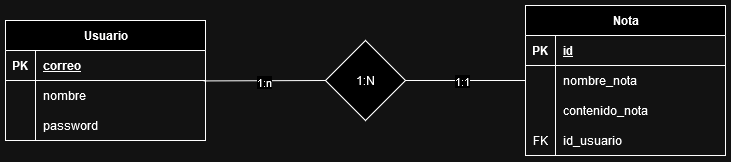
Before: BBDD_PDANotes.png, a diagram exported from draw.io (javiLeL/PDA-Notes). Source tidied: cells renumbered, new cells last; positions are measured from the earlier drawing's top-left corner, leaving out a move shared by most shapes.
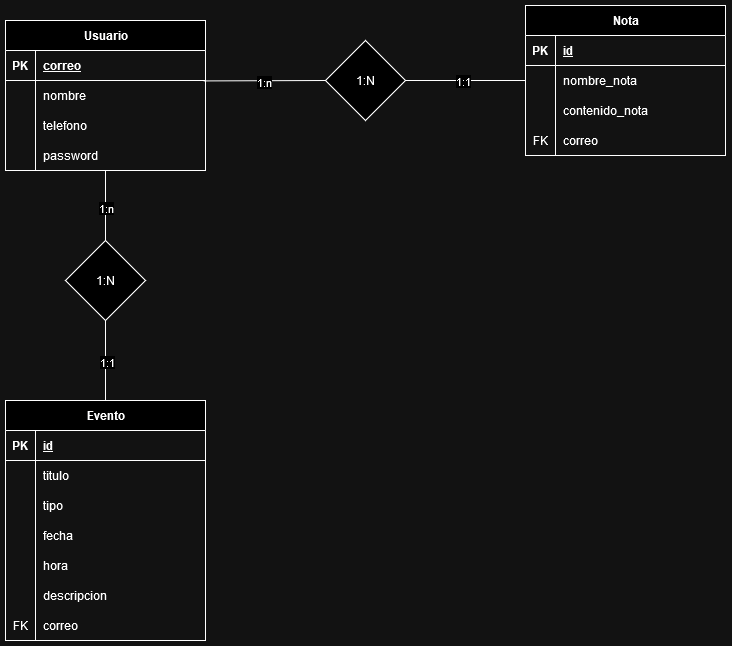
Later version of the same file.

Commit message:
actualizando la app y foto de la base de datos

The edit, as a diff of the source:
```diff
@@ -3,7 +3,7 @@
     <mxCell id="0" />
     <mxCell id="1" parent="0" />
     <mxCell id="2" value="Usuario" style="shape=table;startSize=30;rowLines=0;fontStyle=1;align=center;html=1;" parent="1" vertex="1">
-      <mxGeometry y="15" width="200" height="120" as="geometry" />
+      <mxGeometry y="15" width="200" height="150" as="geometry" />
     </mxCell>
     <mxCell id="3" style="shape=tableRow;horizontal=0;startSize=0;swimlaneHead=0;swimlaneBody=0;fillColor=none;top=0;left=0;right=0;bottom=1;" parent="2" vertex="1">
       <mxGeometry y="30" width="200" height="30" as="geometry" />
@@ -23,8 +23,17 @@
     <mxCell id="8" value="&lt;div&gt;nombre&lt;/div&gt;" style="shape=partialRectangle;fillColor=none;top=0;left=0;bottom=0;right=0;align=left;spacingLeft=6;overflow=hidden;whiteSpace=wrap;html=1;" parent="6" vertex="1">
       <mxGeometry x="30" width="170" height="30" as="geometry" />
     </mxCell>
+    <mxCell id="30" style="shape=tableRow;horizontal=0;startSize=0;swimlaneHead=0;swimlaneBody=0;fillColor=none;top=0;left=0;right=0;bottom=0;" parent="2" vertex="1">
+      <mxGeometry y="90" width="200" height="30" as="geometry" />
+    </mxCell>
+    <mxCell id="31" style="shape=partialRectangle;fillColor=none;top=0;left=0;bottom=0;right=0;overflow=hidden;" parent="30" vertex="1">
+      <mxGeometry width="30" height="30" as="geometry" />
+    </mxCell>
+    <mxCell id="32" value="telefono" style="shape=partialRectangle;fillColor=none;top=0;left=0;bottom=0;right=0;align=left;spacingLeft=6;overflow=hidden;" parent="30" vertex="1">
+      <mxGeometry x="30" width="170" height="30" as="geometry" />
+    </mxCell>
     <mxCell id="9" style="shape=tableRow;horizontal=0;startSize=0;swimlaneHead=0;swimlaneBody=0;fillColor=none;points=[[0,0.5],[1,0.5]];portConstraint=eastwest;top=0;left=0;right=0;bottom=0;" parent="2" vertex="1">
-      <mxGeometry y="90" width="200" height="30" as="geometry" />
+      <mxGeometry y="120" width="200" height="30" as="geometry" />
     </mxCell>
     <mxCell id="10" style="shape=partialRectangle;fillColor=none;top=0;left=0;bottom=0;right=0;overflow=hidden;whiteSpace=wrap;html=1;" parent="9" vertex="1">
       <mxGeometry width="30" height="30" as="geometry" />
@@ -68,7 +77,7 @@
     <mxCell id="23" value="FK" style="shape=partialRectangle;fillColor=none;top=0;left=0;bottom=0;right=0;fontStyle=0;overflow=hidden;whiteSpace=wrap;html=1;" parent="22" vertex="1">
       <mxGeometry width="30" height="30" as="geometry" />
     </mxCell>
-    <mxCell id="24" value="&lt;div&gt;id_usuario&lt;/div&gt;" style="shape=partialRectangle;fillColor=none;top=0;left=0;bottom=0;right=0;align=left;spacingLeft=6;fontStyle=0;overflow=hidden;whiteSpace=wrap;html=1;" parent="22" vertex="1">
+    <mxCell id="24" value="correo" style="shape=partialRectangle;fillColor=none;top=0;left=0;bottom=0;right=0;align=left;spacingLeft=6;fontStyle=0;overflow=hidden;whiteSpace=wrap;html=1;" parent="22" vertex="1">
       <mxGeometry x="30" width="170" height="30" as="geometry" />
     </mxCell>
     <mxCell id="25" value="&lt;div&gt;1:N&lt;/div&gt;" style="rhombus;whiteSpace=wrap;html=1;" parent="1" vertex="1">
@@ -86,5 +95,86 @@
     <mxCell id="29" value="1:n" style="edgeLabel;html=1;align=center;verticalAlign=middle;" parent="28" vertex="1">
       <mxGeometry x="-0.02" y="-1" relative="1" as="geometry" />
     </mxCell>
+    <mxCell id="33" value="&lt;div&gt;1:N&lt;/div&gt;" style="rhombus;whiteSpace=wrap;html=1;" parent="1" vertex="1">
+      <mxGeometry x="60" y="235" width="80" height="80" as="geometry" />
+    </mxCell>
+    <mxCell id="34" style="endArrow=none;html=1;rounded=0;entryX=0.5;entryY=0;entryDx=0;entryDy=0;exitX=0.5;exitY=0.993;exitDx=0;exitDy=0;exitPerimeter=0;" parent="1" edge="1" source="9" target="33">
+      <mxGeometry relative="1" as="geometry" />
+    </mxCell>
+    <mxCell id="35" value="1:n" style="edgeLabel;html=1;align=center;verticalAlign=middle;" parent="34" vertex="1">
+      <mxGeometry x="0.06" relative="1" as="geometry" />
+    </mxCell>
+    <mxCell id="36" value="Evento" style="shape=table;startSize=30;rowLines=0;fontStyle=1;align=center;html=1;" parent="1" vertex="1">
+      <mxGeometry y="395" width="200" height="240" as="geometry" />
+    </mxCell>
+    <mxCell id="37" style="shape=tableRow;horizontal=0;startSize=0;swimlaneHead=0;swimlaneBody=0;fillColor=none;top=0;left=0;right=0;bottom=1;" parent="36" vertex="1">
+      <mxGeometry y="30" width="200" height="30" as="geometry" />
+    </mxCell>
+    <mxCell id="38" value="PK" style="shape=partialRectangle;fillColor=none;top=0;left=0;bottom=0;right=0;fontStyle=1;overflow=hidden;whiteSpace=wrap;html=1;" parent="37" vertex="1">
+      <mxGeometry width="30" height="30" as="geometry" />
+    </mxCell>
+    <mxCell id="39" value="id" style="shape=partialRectangle;fillColor=none;top=0;left=0;bottom=0;right=0;align=left;spacingLeft=6;fontStyle=5;overflow=hidden;whiteSpace=wrap;html=1;" parent="37" vertex="1">
+      <mxGeometry x="30" width="170" height="30" as="geometry" />
+    </mxCell>
+    <mxCell id="40" style="shape=tableRow;horizontal=0;startSize=0;swimlaneHead=0;swimlaneBody=0;fillColor=none;top=0;left=0;right=0;bottom=0;" parent="36" vertex="1">
+      <mxGeometry y="60" width="200" height="30" as="geometry" />
+    </mxCell>
+    <mxCell id="41" style="shape=partialRectangle;fillColor=none;top=0;left=0;bottom=0;right=0;overflow=hidden;whiteSpace=wrap;html=1;" parent="40" vertex="1">
+      <mxGeometry width="30" height="30" as="geometry" />
+    </mxCell>
+    <mxCell id="42" value="titulo" style="shape=partialRectangle;fillColor=none;top=0;left=0;bottom=0;right=0;align=left;spacingLeft=6;overflow=hidden;whiteSpace=wrap;html=1;" parent="40" vertex="1">
+      <mxGeometry x="30" width="170" height="30" as="geometry" />
+    </mxCell>
+    <mxCell id="43" style="shape=tableRow;horizontal=0;startSize=0;swimlaneHead=0;swimlaneBody=0;fillColor=none;top=0;left=0;right=0;bottom=0;" parent="36" vertex="1">
+      <mxGeometry y="90" width="200" height="30" as="geometry" />
+    </mxCell>
+    <mxCell id="44" style="shape=partialRectangle;fillColor=none;top=0;left=0;bottom=0;right=0;overflow=hidden;whiteSpace=wrap;html=1;" parent="43" vertex="1">
+      <mxGeometry width="30" height="30" as="geometry" />
+    </mxCell>
+    <mxCell id="45" value="tipo" style="shape=partialRectangle;fillColor=none;top=0;left=0;bottom=0;right=0;align=left;spacingLeft=6;overflow=hidden;whiteSpace=wrap;html=1;" parent="43" vertex="1">
+      <mxGeometry x="30" width="170" height="30" as="geometry" />
+    </mxCell>
+    <mxCell id="46" style="shape=tableRow;horizontal=0;startSize=0;swimlaneHead=0;swimlaneBody=0;fillColor=none;top=0;left=0;right=0;bottom=0;" parent="36" vertex="1">
+      <mxGeometry y="120" width="200" height="30" as="geometry" />
+    </mxCell>
+    <mxCell id="47" style="shape=partialRectangle;fillColor=none;top=0;left=0;bottom=0;right=0;overflow=hidden;whiteSpace=wrap;html=1;" parent="46" vertex="1">
+      <mxGeometry width="30" height="30" as="geometry" />
+    </mxCell>
+    <mxCell id="48" value="fecha" style="shape=partialRectangle;fillColor=none;top=0;left=0;bottom=0;right=0;align=left;spacingLeft=6;overflow=hidden;whiteSpace=wrap;html=1;" parent="46" vertex="1">
+      <mxGeometry x="30" width="170" height="30" as="geometry" />
+    </mxCell>
+    <mxCell id="49" style="shape=tableRow;horizontal=0;startSize=0;swimlaneHead=0;swimlaneBody=0;fillColor=none;top=0;left=0;right=0;bottom=0;" parent="36" vertex="1">
+      <mxGeometry y="150" width="200" height="30" as="geometry" />
+    </mxCell>
+    <mxCell id="50" style="shape=partialRectangle;fillColor=none;top=0;left=0;bottom=0;right=0;overflow=hidden;" parent="49" vertex="1">
+      <mxGeometry width="30" height="30" as="geometry" />
+    </mxCell>
+    <mxCell id="51" value="hora" style="shape=partialRectangle;fillColor=none;top=0;left=0;bottom=0;right=0;align=left;spacingLeft=6;overflow=hidden;" parent="49" vertex="1">
+      <mxGeometry x="30" width="170" height="30" as="geometry" />
+    </mxCell>
+    <mxCell id="52" style="shape=tableRow;horizontal=0;startSize=0;swimlaneHead=0;swimlaneBody=0;fillColor=none;top=0;left=0;right=0;bottom=0;" parent="36" vertex="1">
+      <mxGeometry y="180" width="200" height="30" as="geometry" />
+    </mxCell>
+    <mxCell id="53" style="shape=partialRectangle;fillColor=none;top=0;left=0;bottom=0;right=0;overflow=hidden;" parent="52" vertex="1">
+      <mxGeometry width="30" height="30" as="geometry" />
+    </mxCell>
+    <mxCell id="54" value="descripcion" style="shape=partialRectangle;fillColor=none;top=0;left=0;bottom=0;right=0;align=left;spacingLeft=6;overflow=hidden;" parent="52" vertex="1">
+      <mxGeometry x="30" width="170" height="30" as="geometry" />
+    </mxCell>
+    <mxCell id="55" style="shape=tableRow;horizontal=0;startSize=0;swimlaneHead=0;swimlaneBody=0;fillColor=none;top=0;left=0;right=0;bottom=0;" parent="36" vertex="1">
+      <mxGeometry y="210" width="200" height="30" as="geometry" />
+    </mxCell>
+    <mxCell id="56" value="FK" style="shape=partialRectangle;fillColor=none;top=0;left=0;bottom=0;right=0;fontStyle=0;overflow=hidden;whiteSpace=wrap;html=1;" parent="55" vertex="1">
+      <mxGeometry width="30" height="30" as="geometry" />
+    </mxCell>
+    <mxCell id="57" value="correo" style="shape=partialRectangle;fillColor=none;top=0;left=0;bottom=0;right=0;align=left;spacingLeft=6;fontStyle=0;overflow=hidden;whiteSpace=wrap;html=1;" parent="55" vertex="1">
+      <mxGeometry x="30" width="170" height="30" as="geometry" />
+    </mxCell>
+    <mxCell id="58" style="endArrow=none;html=1;rounded=0;exitX=0.5;exitY=1;exitDx=0;exitDy=0;entryX=0.5;entryY=0;entryDx=0;entryDy=0;" parent="1" edge="1" source="33" target="36">
+      <mxGeometry relative="1" as="geometry" />
+    </mxCell>
+    <mxCell id="59" value="1:1" style="edgeLabel;html=1;align=center;verticalAlign=middle;" parent="58" vertex="1">
+      <mxGeometry x="0.03" y="1" relative="1" as="geometry" />
+    </mxCell>
   </root>
 </mxGraphModel>
```
